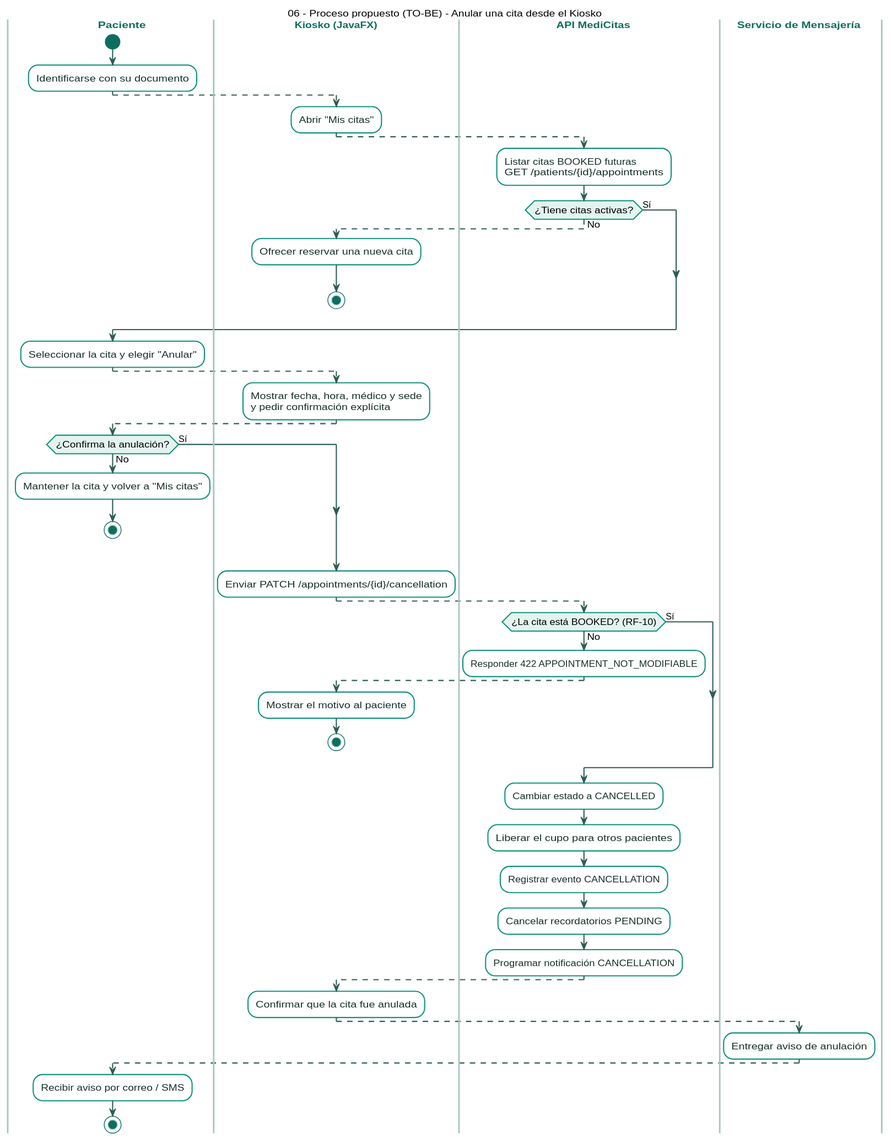
This is docs/diagrams/processes/proposed/img/02-process-cancellation.svg from Jimena-CC/ProyectoCitasMedicas, a PlantUML export, as it was before one commit.
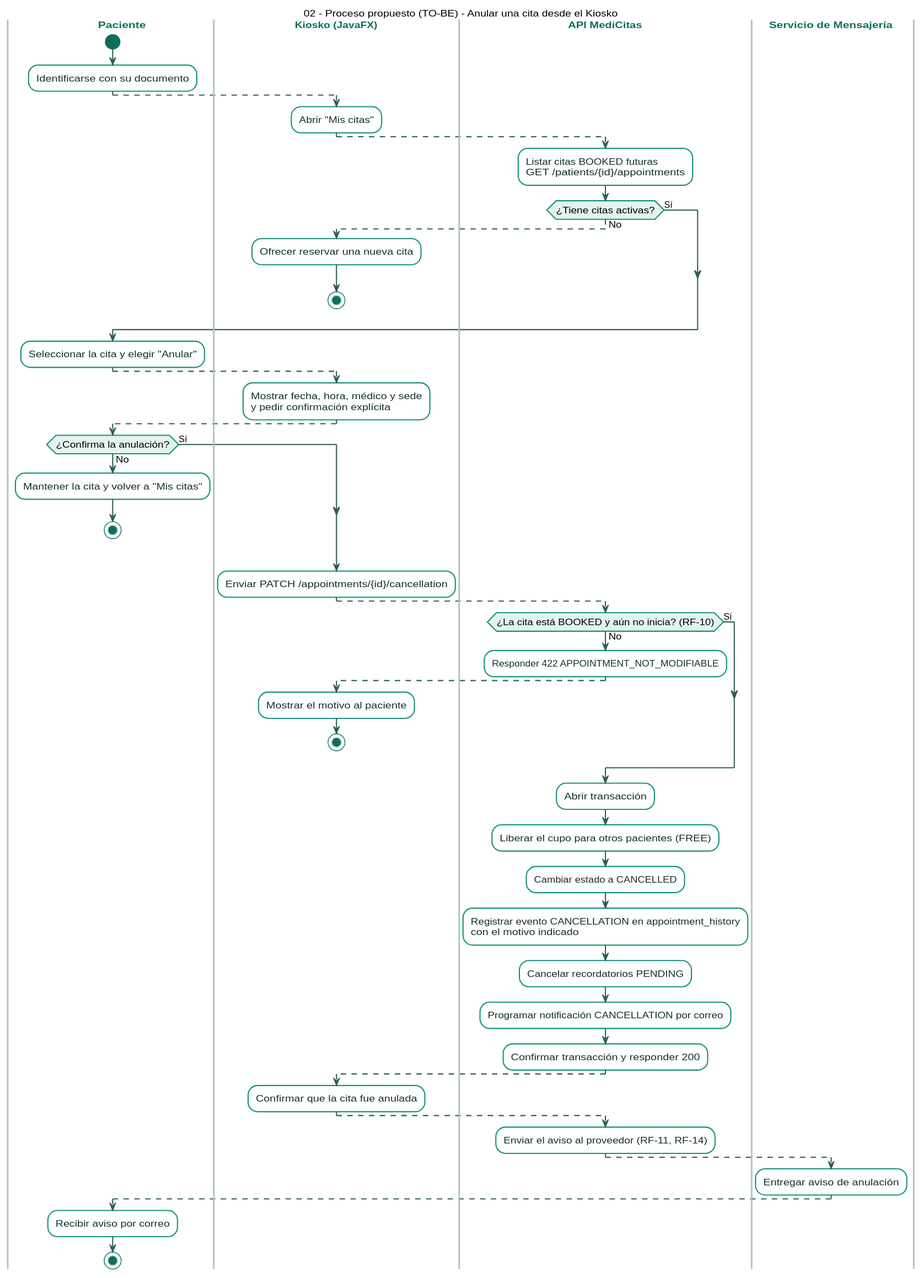
Above is the later version.

Diff of the diagram source:
```diff
@@ -1,5 +1,5 @@
 @startuml
-title 06 - Proceso propuesto (TO-BE) - Anular una cita desde el Kiosko
+title 02 - Proceso propuesto (TO-BE) - Anular una cita desde el Kiosko
 
 skinparam shadowing false
 skinparam roundCorner 10
@@ -72,7 +72,7 @@
 -[#2F5D56,dashed]->
 
 |API MediCitas|
-if (¿La cita está BOOKED? (RF-10)) then (No)
+if (¿La cita está BOOKED y aún no inicia? (RF-10)) then (No)
   :Responder 422 APPOINTMENT_NOT_MODIFIABLE;
   -[#2F5D56,dashed]->
   |Kiosko (JavaFX)|
@@ -82,15 +82,21 @@
 endif
 
 |API MediCitas|
+:Abrir transacción;
+:Liberar el cupo para otros pacientes (FREE);
 :Cambiar estado a CANCELLED;
-:Liberar el cupo para otros pacientes;
-:Registrar evento CANCELLATION;
+:Registrar evento CANCELLATION en appointment_history\ncon el motivo indicado;
 :Cancelar recordatorios PENDING;
-:Programar notificación CANCELLATION;
+:Programar notificación CANCELLATION por correo;
+:Confirmar transacción y responder 200;
 -[#2F5D56,dashed]->
 
 |Kiosko (JavaFX)|
 :Confirmar que la cita fue anulada;
+-[#2F5D56,dashed]->
+
+|API MediCitas|
+:Enviar el aviso al proveedor (RF-11, RF-14);
 -[#2F5D56,dashed]->
 
 |Servicio de Mensajería|
@@ -98,7 +104,7 @@
 -[#2F5D56,dashed]->
 
 |Paciente|
-:Recibir aviso por correo / SMS;
+:Recibir aviso por correo;
 stop
 
 @enduml
```
